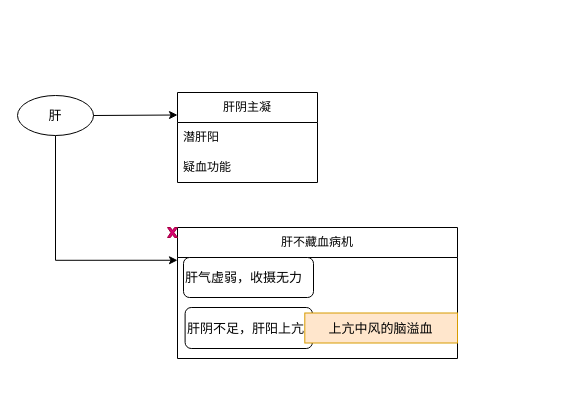
Before: 医门推敲叁/中医藏象学说/藏象学说之肝/肝的生理功能/肝主藏血之防止出血.drawio in 328507133/chart, a draw.io diagram. Source tidied: cells renumbered, new cells numbered last; positions are measured from the earlier drawing's top-left corner, leaving out a move shared by most shapes. Both pictures are drawn from the tidied source at 100%, with x=0, y=0 at pixel (17, 92).
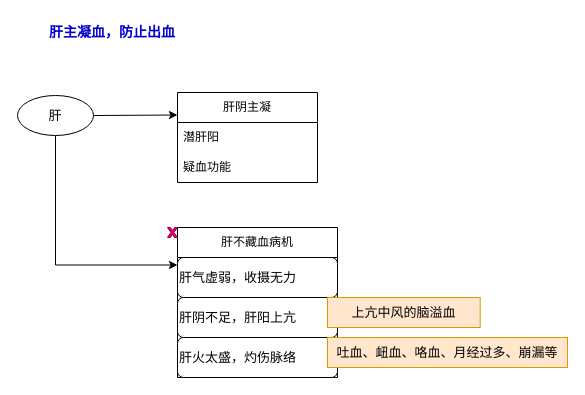
The same diagram, later.

Commit message (it also covers changes not shown here):
更新肝主藏血之防止出血.drawio

Diff of the diagram source:
```diff
@@
 <mxGraphModel>
   <root>
     <mxCell id="0" />
     <mxCell id="1" parent="0" />
     <mxCell id="2" value="肝阴主凝" style="swimlane;fontStyle=0;horizontal=1;startSize=30;whiteSpace=wrap;html=1;" parent="1" vertex="1">
       <mxGeometry x="160" width="140" height="90" as="geometry" />
     </mxCell>
     <mxCell id="3" value="潜肝阳" style="text;strokeColor=none;fillColor=none;align=left;verticalAlign=middle;spacingLeft=4;spacingRight=4;overflow=hidden;whiteSpace=wrap;html=1;" parent="2" vertex="1">
       <mxGeometry y="30" width="140" height="30" as="geometry" />
     </mxCell>
     <mxCell id="4" value="疑血功能" style="text;strokeColor=none;fillColor=none;align=left;verticalAlign=middle;spacingLeft=4;spacingRight=4;overflow=hidden;whiteSpace=wrap;html=1;" parent="2" vertex="1">
       <mxGeometry y="60" width="140" height="30" as="geometry" />
     </mxCell>
     <mxCell id="5" style="edgeStyle=orthogonalEdgeStyle;rounded=0;jettySize=auto;html=1;exitX=0.5;exitY=1;exitDx=0;exitDy=0;entryX=0;entryY=0.25;entryDx=0;entryDy=0;" parent="1" edge="1" source="6" target="9">
       <mxGeometry relative="1" as="geometry" />
     </mxCell>
     <mxCell id="6" value="肝" style="ellipse;whiteSpace=wrap;html=1;fontSize=13;" parent="1" vertex="1">
       <mxGeometry y="3" width="76" height="40" as="geometry" />
     </mxCell>
     <mxCell id="7" style="endArrow=classic;html=1;rounded=0;exitX=1;exitY=0.5;exitDx=0;exitDy=0;entryX=0;entryY=0.25;entryDx=0;entryDy=0;" parent="1" edge="1" source="6" target="2">
       <mxGeometry relative="1" as="geometry" />
     </mxCell>
-    <mxCell id="8" style="group;" parent="1" vertex="1">
-      <mxGeometry x="150" y="135" width="290" height="131" as="geometry" />
-    </mxCell>
-    <mxCell id="9" value="肝不藏血病机" style="swimlane;fontStyle=0;horizontal=1;startSize=30;whiteSpace=wrap;html=1;" parent="8" vertex="1">
-      <mxGeometry x="10" width="280" height="131" as="geometry" />
+    <mxCell id="9" value="肝不藏血病机" style="swimlane;fontStyle=0;horizontal=1;startSize=30;whiteSpace=wrap;html=1;" parent="1" vertex="1">
+      <mxGeometry x="160" y="135" width="160" height="150" as="geometry" />
     </mxCell>
-    <mxCell id="10" style="group;fontSize=13;align=left;" parent="9" vertex="1">
-      <mxGeometry y="30" width="280" height="101" as="geometry" />
-    </mxCell>
-    <mxCell id="11" style="group;" parent="10" vertex="1">
-      <mxGeometry x="6" width="244" height="40" as="geometry" />
-    </mxCell>
-    <mxCell id="12" value="肝气虚弱，收摄无力" style="rounded=1;whiteSpace=wrap;html=1;fontSize=13;align=left;" parent="11" vertex="1">
-      <mxGeometry width="130" height="40" as="geometry" />
+    <mxCell id="12" value="肝气虚弱，收摄无力" style="rounded=1;whiteSpace=wrap;html=1;fontSize=13;align=left;" parent="9" vertex="1">
+      <mxGeometry y="30" width="160" height="40" as="geometry" />
     </mxCell>
-    <mxCell id="13" style="group;fontSize=13;align=left;" parent="10" vertex="1">
-      <mxGeometry y="50" width="280" height="41" as="geometry" />
-    </mxCell>
-    <mxCell id="14" value="肝阴不足，肝阳上亢" style="rounded=1;whiteSpace=wrap;html=1;fontSize=13;align=left;" parent="13" vertex="1">
-      <mxGeometry x="7.6" width="127.3" height="41" as="geometry" />
+    <mxCell id="14" value="肝阴不足，肝阳上亢" style="rounded=1;whiteSpace=wrap;html=1;fontSize=13;align=left;" parent="9" vertex="1">
+      <mxGeometry y="70" width="160" height="40" as="geometry" />
     </mxCell>
+    <mxCell id="17" value="肝火太盛，灼伤脉络" style="rounded=1;whiteSpace=wrap;html=1;fontSize=13;align=left;" parent="9" vertex="1">
+      <mxGeometry y="110" width="160" height="40" as="geometry" />
+    </mxCell>
+    <mxCell id="16" style="verticalLabelPosition=bottom;verticalAlign=top;html=1;shape=mxgraph.basic.x;fontColor=#ffffff;fillColor=#d80073;strokeColor=#A50040;" parent="1" vertex="1">
+      <mxGeometry x="150" y="135" width="10" height="10" as="geometry" />
+    </mxCell>
+    <mxCell id="18" value="上亢中风的脑溢血" style="text;html=1;strokeColor=#d79b00;fillColor=#ffe6cc;align=center;verticalAlign=middle;whiteSpace=wrap;rounded=0;fontSize=13;" parent="1" vertex="1">
+      <mxGeometry x="310" y="205" width="152.7" height="30" as="geometry" />
+    </mxCell>
-    <mxCell id="15" value="上亢中风的脑溢血" style="text;html=1;strokeColor=#d79b00;fillColor=#ffe6cc;align=center;verticalAlign=middle;whiteSpace=wrap;rounded=0;fontSize=13;" parent="13" vertex="1">
-      <mxGeometry x="127.3" y="5.5" width="152.7" height="30" as="geometry" />
+    <mxCell id="15" value="吐血、衄血、咯血、月经过多、崩漏等" style="text;html=1;strokeColor=#d79b00;fillColor=#ffe6cc;align=center;verticalAlign=middle;whiteSpace=wrap;rounded=0;fontSize=13;" parent="1" vertex="1">
+      <mxGeometry x="310" y="245" width="240" height="30" as="geometry" />
     </mxCell>
-    <mxCell id="16" style="verticalLabelPosition=bottom;verticalAlign=top;html=1;shape=mxgraph.basic.x;fontColor=#ffffff;fillColor=#d80073;strokeColor=#A50040;" parent="8" vertex="1">
-      <mxGeometry width="10" height="10" as="geometry" />
-    </mxCell>
+    <mxCell id="19" value="肝主凝血，防止出血" style="text;html=1;strokeColor=none;fillColor=none;align=center;verticalAlign=middle;whiteSpace=wrap;rounded=0;fontColor=#0000CC;fontStyle=1;fontSize=14;" parent="1" vertex="1">
+      <mxGeometry y="-75" width="190" height="30" as="geometry" />
+    </mxCell>
   </root>
 </mxGraphModel>
```
